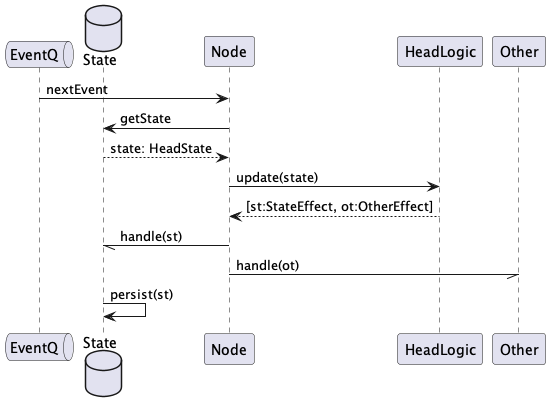
The PlantUML diagram adr/persistence.png in cardano-scaling/website, before a commit.
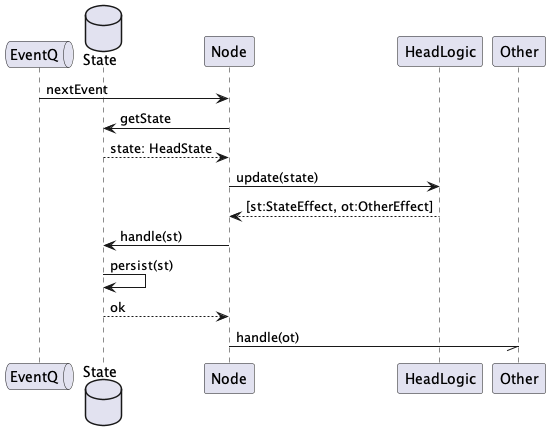
Later version of the same file.

Change to the diagram source:
```diff
@@ -6,7 +6,8 @@
 db --> Node : state: HeadState
 Node -> HeadLogic: update(state)
 HeadLogic --> Node : [st:StateEffect, ot:OtherEffect]
-db \\- Node: handle(st)
+Node -> db: handle(st)
+db -> db: persist(st)
+db --> Node: ok
 Other \\- Node : handle(ot)
-db -> db: persist(st)
 @enduml
```
